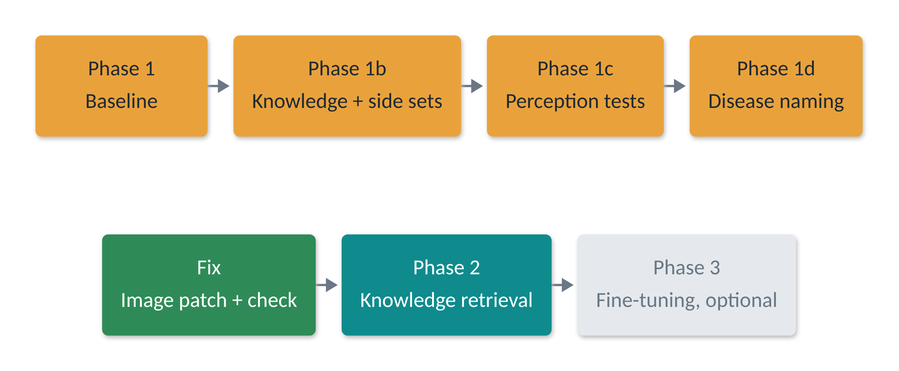
Above: deliverables/report/figures/fig_roadmap.png in Ankritjarngal/medvqa-cxr-chexagent (Mermaid), before the change. Its source is kept beside it as deliverables/diagrams/fig_roadmap.mmd. Its diagram source:
```mermaid
flowchart TB
  subgraph r1[" "]
    direction LR
    P1("Phase 1<br/>Baseline"):::amber --> P2("Phase 1b<br/>Knowledge + side sets"):::amber --> P3("Phase 1c<br/>Perception tests"):::amber --> P4("Phase 1d<br/>Disease naming"):::amber
  end
  subgraph r2[" "]
    direction LR
    FX("Fix<br/>Image patch + check"):::ok --> PH2("Phase 2<br/>Knowledge retrieval"):::accent --> PH3("Phase 3<br/>Fine-tuning, optional"):::grey
  end
  r1 ~~~ r2
  style r1 fill:none,stroke:none
  style r2 fill:none,stroke:none
  linkStyle 0,1,2,3,4 stroke:#6B7785,stroke-width:2px
  linkStyle 5 stroke:none,fill:none
classDef accent fill:#0F8B8D,stroke:#0F8B8D,color:#FFFFFF;
classDef dark fill:#1F2933,stroke:#1F2933,color:#FFFFFF;
classDef soft fill:#F2F5F7,stroke:#F2F5F7,color:#1F2933;
classDef warn fill:#E4572E,stroke:#E4572E,color:#FFFFFF;
classDef ok fill:#2E8B57,stroke:#2E8B57,color:#FFFFFF;
classDef amber fill:#E9A23B,stroke:#E9A23B,color:#1F2933;
classDef grey fill:#E5E9ED,stroke:#E5E9ED,color:#6B7785;
linkStyle default stroke:#6B7785,stroke-width:2px;
```
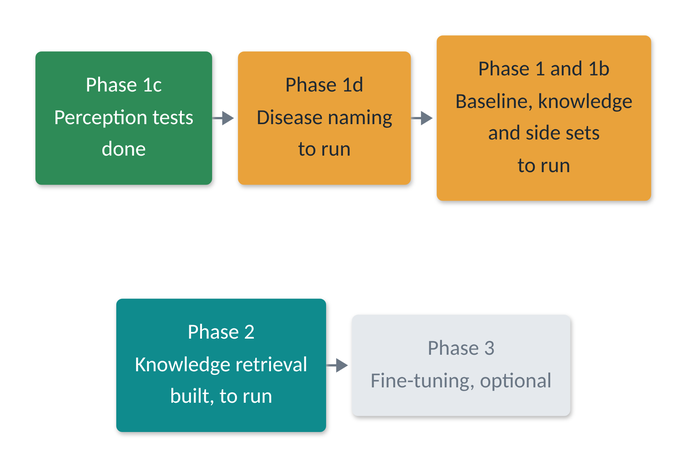
Later version of the same file.

Diff of the diagram source:
```diff
@@ -1,17 +1,17 @@
 flowchart TB
   subgraph r1[" "]
     direction LR
-    P1("Phase 1<br/>Baseline"):::amber --> P2("Phase 1b<br/>Knowledge + side sets"):::amber --> P3("Phase 1c<br/>Perception tests"):::amber --> P4("Phase 1d<br/>Disease naming"):::amber
+    P3("Phase 1c<br/>Perception tests<br/>done"):::ok --> P4("Phase 1d<br/>Disease naming<br/>to run"):::amber --> P1("Phase 1 and 1b<br/>Baseline, knowledge<br/>and side sets<br/>to run"):::amber
   end
   subgraph r2[" "]
     direction LR
-    FX("Fix<br/>Image patch + check"):::ok --> PH2("Phase 2<br/>Knowledge retrieval"):::accent --> PH3("Phase 3<br/>Fine-tuning, optional"):::grey
+    PH2("Phase 2<br/>Knowledge retrieval<br/>built, to run"):::accent --> PH3("Phase 3<br/>Fine-tuning, optional"):::grey
   end
   r1 ~~~ r2
   style r1 fill:none,stroke:none
   style r2 fill:none,stroke:none
-  linkStyle 0,1,2,3,4 stroke:#6B7785,stroke-width:2px
-  linkStyle 5 stroke:none,fill:none
+  linkStyle 0,1,2 stroke:#6B7785,stroke-width:2px
+  linkStyle 3 stroke:none,fill:none
 classDef accent fill:#0F8B8D,stroke:#0F8B8D,color:#FFFFFF;
 classDef dark fill:#1F2933,stroke:#1F2933,color:#FFFFFF;
 classDef soft fill:#F2F5F7,stroke:#F2F5F7,color:#1F2933;
```
